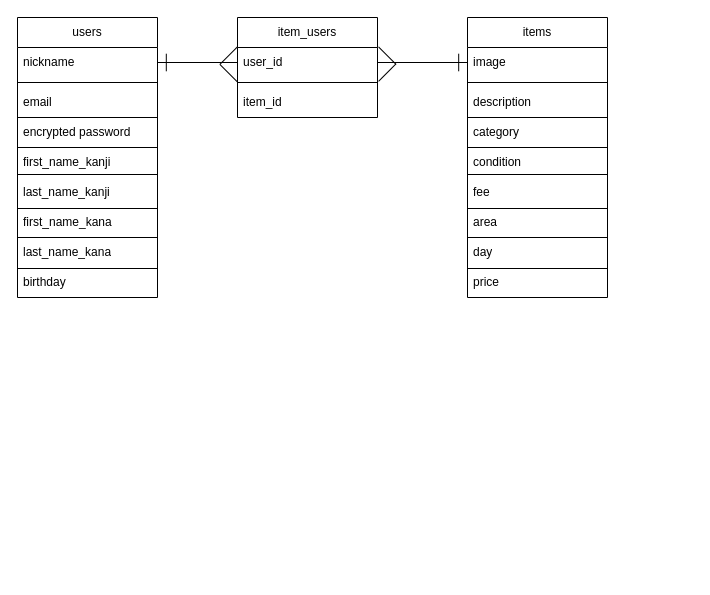
Above: test.dio in aaha2134/furima-39061 (draw.io), before the change. Source tidied: cells renumbered, new cells numbered last; positions are measured from the earlier drawing's top-left corner, leaving out a move shared by most shapes. Both pictures are drawn from the tidied source at 100%, with x=0, y=0 at pixel (17, 17).
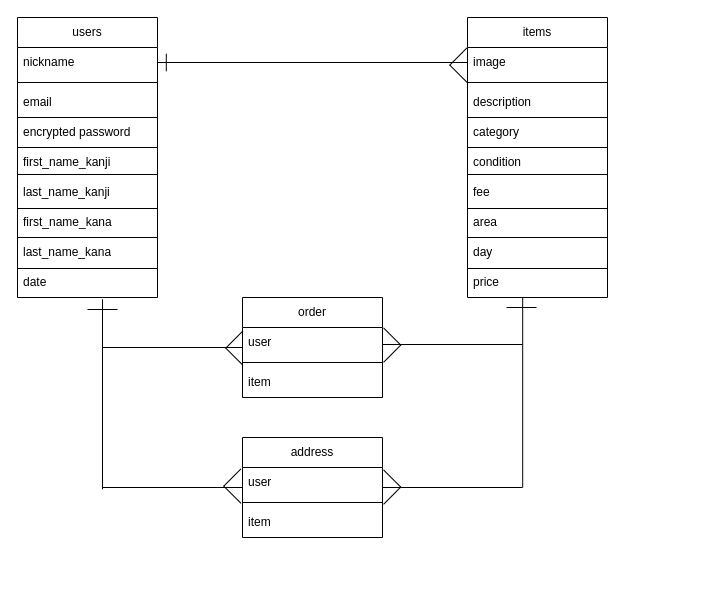
The same page after the edit.

Commit message (it also covers changes not shown here):
read me作成、ER図作成（修正var1）

The change refers to these unchanged cells:
```xml
<mxCell id="20" value="users" style="swimlane;fontStyle=0;horizontal=1;startSize=30;whiteSpace=wrap;html=1;" parent="19" vertex="1">
  <mxGeometry width="140" height="280" as="geometry" />
</mxCell>
```

Diff of the diagram source:
```diff
@@
+    <mxCell id="40" style="line;strokeWidth=1;html=1;perimeter=backbonePerimeter;" parent="1" vertex="1">
+      <mxGeometry x="140" y="40" width="310" height="10" as="geometry" />
+    </mxCell>
+    <mxCell id="46" style="group;rotation=0;" parent="1" vertex="1">
+      <mxGeometry x="427.4" y="25.5" width="25.5" height="42.8" as="geometry" />
+    </mxCell>
+    <mxCell id="47" style="line;strokeWidth=1;html=1;perimeter=backbonePerimeter;rotation=-45;" parent="46" vertex="1">
+      <mxGeometry x="1" y="8" width="24.7" height="11.2" as="geometry" />
+    </mxCell>
+    <mxCell id="48" style="line;strokeWidth=1;html=1;perimeter=backbonePerimeter;rotation=45;" parent="46" vertex="1">
+      <mxGeometry x="1" y="25" width="24.8" height="11.2" as="geometry" />
+    </mxCell>
+    <mxCell id="49" style="group;" parent="1" vertex="1">
+      <mxGeometry width="149.9" height="280" as="geometry" />
+    </mxCell>
-    <mxCell id="19" style="group;" parent="1" vertex="1">
+    <mxCell id="19" style="group;" parent="49" vertex="1">
       <mxGeometry width="140" height="280" as="geometry" />
     </mxCell>
@@
-    <mxCell id="29" value="birthday" style="text;strokeColor=none;fillColor=none;align=left;verticalAlign=middle;spacingLeft=4;spacingRight=4;overflow=hidden;whiteSpace=wrap;html=1;" parent="20" vertex="1">
+    <mxCell id="29" value="date" style="text;strokeColor=none;fillColor=none;align=left;verticalAlign=middle;spacingLeft=4;spacingRight=4;overflow=hidden;whiteSpace=wrap;html=1;" parent="20" vertex="1">
       <mxGeometry y="250" width="140" height="30" as="geometry" />
     </mxCell>
@@
-    <mxCell id="36" value="item_users" style="swimlane;fontStyle=0;horizontal=1;startSize=30;whiteSpace=wrap;html=1;strokeWidth=1;" parent="1" vertex="1">
-      <mxGeometry x="220" width="140" height="100" as="geometry" />
-    </mxCell>
-    <mxCell id="37" value="user_id" style="text;strokeColor=none;fillColor=none;align=left;verticalAlign=middle;spacingLeft=4;spacingRight=4;overflow=hidden;whiteSpace=wrap;html=1;strokeWidth=1;" parent="36" vertex="1">
-      <mxGeometry y="30" width="140" height="30" as="geometry" />
-    </mxCell>
-    <mxCell id="38" style="line;strokeWidth=1;html=1;perimeter=backbonePerimeter;" parent="36" vertex="1">
-      <mxGeometry y="60" width="140" height="10" as="geometry" />
-    </mxCell>
-    <mxCell id="39" value="item_id" style="text;strokeColor=none;fillColor=none;align=left;verticalAlign=middle;spacingLeft=4;spacingRight=4;overflow=hidden;whiteSpace=wrap;html=1;strokeWidth=1;" parent="36" vertex="1">
-      <mxGeometry y="70" width="140" height="30" as="geometry" />
-    </mxCell>
-    <mxCell id="40" style="line;strokeWidth=1;html=1;perimeter=backbonePerimeter;" parent="1" vertex="1">
-      <mxGeometry x="140" y="40" width="80" height="10" as="geometry" />
-    </mxCell>
-    <mxCell id="41" style="line;strokeWidth=1;html=1;perimeter=backbonePerimeter;rotation=-45;" parent="1" vertex="1">
-      <mxGeometry x="198.8" y="32.6" width="24.7" height="11.2" as="geometry" />
-    </mxCell>
-    <mxCell id="42" style="line;strokeWidth=1;html=1;perimeter=backbonePerimeter;rotation=45;" parent="1" vertex="1">
-      <mxGeometry x="198.7" y="50" width="24.8" height="11.2" as="geometry" />
-    </mxCell>
-    <mxCell id="43" style="line;strokeWidth=1;html=1;perimeter=backbonePerimeter;rotation=90;" parent="1" vertex="1">
+    <mxCell id="43" style="line;strokeWidth=1;html=1;perimeter=backbonePerimeter;rotation=90;" parent="49" vertex="1">
       <mxGeometry x="140" y="43.9" width="17.6" height="2.2" as="geometry" />
     </mxCell>
-    <mxCell id="44" style="line;strokeWidth=1;html=1;perimeter=backbonePerimeter;" parent="1" vertex="1">
-      <mxGeometry x="360" y="40" width="90" height="10" as="geometry" />
-    </mxCell>
-    <mxCell id="45" style="line;strokeWidth=1;html=1;perimeter=backbonePerimeter;rotation=90;" parent="1" vertex="1">
-      <mxGeometry x="432.4" y="43.9" width="17.6" height="2.2" as="geometry" />
-    </mxCell>
-    <mxCell id="46" style="group;rotation=-180;" parent="1" vertex="1">
-      <mxGeometry x="357.4" y="25.5" width="25.5" height="42.8" as="geometry" />
-    </mxCell>
-    <mxCell id="47" style="line;strokeWidth=1;html=1;perimeter=backbonePerimeter;rotation=-225;" parent="46" vertex="1">
-      <mxGeometry y="24" width="24.7" height="11.2" as="geometry" />
-    </mxCell>
-    <mxCell id="48" style="line;strokeWidth=1;html=1;perimeter=backbonePerimeter;rotation=-135;" parent="46" vertex="1">
-      <mxGeometry y="7" width="24.8" height="11.2" as="geometry" />
-    </mxCell>
+    <mxCell id="50" style="group;" parent="1" vertex="1">
+      <mxGeometry x="225" y="280" width="450" height="280" as="geometry" />
+    </mxCell>
+    <mxCell id="51" value="order" style="swimlane;fontStyle=0;horizontal=1;startSize=30;whiteSpace=wrap;html=1;" parent="50" vertex="1">
+      <mxGeometry width="140" height="100" as="geometry" />
+    </mxCell>
+    <mxCell id="52" value="user" style="text;strokeColor=none;fillColor=none;align=left;verticalAlign=middle;spacingLeft=4;spacingRight=4;overflow=hidden;whiteSpace=wrap;html=1;" parent="51" vertex="1">
+      <mxGeometry y="30" width="140" height="30" as="geometry" />
+    </mxCell>
+    <mxCell id="53" style="line;strokeWidth=1;html=1;perimeter=backbonePerimeter;" parent="51" vertex="1">
+      <mxGeometry y="60" width="140" height="10" as="geometry" />
+    </mxCell>
+    <mxCell id="54" value="item" style="text;strokeColor=none;fillColor=none;align=left;verticalAlign=middle;spacingLeft=4;spacingRight=4;overflow=hidden;whiteSpace=wrap;html=1;" parent="51" vertex="1">
+      <mxGeometry y="70" width="140" height="30" as="geometry" />
+    </mxCell>
+    <mxCell id="55" style="line;strokeWidth=1;html=1;perimeter=backbonePerimeter;" parent="50" vertex="1">
+      <mxGeometry y="95" width="140" height="10" as="geometry" />
+    </mxCell>
+    <mxCell id="56" value="address" style="swimlane;fontStyle=0;horizontal=1;startSize=30;whiteSpace=wrap;html=1;" parent="50" vertex="1">
+      <mxGeometry y="140" width="140" height="100" as="geometry" />
+    </mxCell>
+    <mxCell id="57" value="user" style="text;strokeColor=none;fillColor=none;align=left;verticalAlign=middle;spacingLeft=4;spacingRight=4;overflow=hidden;whiteSpace=wrap;html=1;" parent="56" vertex="1">
+      <mxGeometry y="30" width="140" height="30" as="geometry" />
+    </mxCell>
+    <mxCell id="58" style="line;strokeWidth=1;html=1;perimeter=backbonePerimeter;" parent="56" vertex="1">
+      <mxGeometry y="60" width="140" height="10" as="geometry" />
+    </mxCell>
+    <mxCell id="59" value="item" style="text;strokeColor=none;fillColor=none;align=left;verticalAlign=middle;spacingLeft=4;spacingRight=4;overflow=hidden;whiteSpace=wrap;html=1;" parent="56" vertex="1">
+      <mxGeometry y="70" width="140" height="30" as="geometry" />
+    </mxCell>
+    <mxCell id="60" style="line;strokeWidth=1;html=1;perimeter=backbonePerimeter;" parent="50" vertex="1">
+      <mxGeometry x="140" y="185" width="140" height="10" as="geometry" />
+    </mxCell>
+    <mxCell id="61" style="line;strokeWidth=1;html=1;perimeter=backbonePerimeter;" parent="50" vertex="1">
+      <mxGeometry x="140" y="42" width="140" height="10" as="geometry" />
+    </mxCell>
+    <mxCell id="62" style="line;strokeWidth=1;html=1;perimeter=backbonePerimeter;rotation=90;" parent="50" vertex="1">
+      <mxGeometry x="185.2" y="88.2" width="190" height="13.6" as="geometry" />
+    </mxCell>
+    <mxCell id="63" style="line;strokeWidth=1;html=1;perimeter=backbonePerimeter;" parent="1" vertex="1">
+      <mxGeometry x="85" y="465" width="140" height="10" as="geometry" />
+    </mxCell>
+    <mxCell id="64" style="line;strokeWidth=1;html=1;perimeter=backbonePerimeter;" parent="1" vertex="1">
+      <mxGeometry x="85" y="325" width="140" height="10" as="geometry" />
+    </mxCell>
+    <mxCell id="65" style="line;strokeWidth=1;html=1;perimeter=backbonePerimeter;rotation=90;" parent="1" vertex="1">
+      <mxGeometry x="-10" y="370" width="190" height="13.6" as="geometry" />
+    </mxCell>
+    <mxCell id="66" style="group;rotation=0;" parent="1" vertex="1">
+      <mxGeometry x="203.4" y="308.5" width="24.5" height="45.8" as="geometry" />
+    </mxCell>
+    <mxCell id="67" style="line;strokeWidth=1;html=1;perimeter=backbonePerimeter;rotation=-45;" parent="66" vertex="1">
+      <mxGeometry x="1" y="8" width="24.7" height="11.2" as="geometry" />
+    </mxCell>
+    <mxCell id="68" style="line;strokeWidth=1;html=1;perimeter=backbonePerimeter;rotation=45;" parent="66" vertex="1">
+      <mxGeometry x="1" y="25" width="24.8" height="11.2" as="geometry" />
+    </mxCell>
+    <mxCell id="69" style="group;rotation=0;" parent="1" vertex="1">
+      <mxGeometry x="201.4" y="446.5" width="24.5" height="83.8" as="geometry" />
+    </mxCell>
+    <mxCell id="70" style="line;strokeWidth=1;html=1;perimeter=backbonePerimeter;rotation=-45;" parent="69" vertex="1">
+      <mxGeometry x="1" y="8" width="24.7" height="11.2" as="geometry" />
+    </mxCell>
+    <mxCell id="71" style="line;strokeWidth=1;html=1;perimeter=backbonePerimeter;rotation=45;" parent="69" vertex="1">
+      <mxGeometry x="1" y="25" width="24.8" height="11.2" as="geometry" />
+    </mxCell>
+    <mxCell id="72" style="group;rotation=-180;" parent="1" vertex="1">
+      <mxGeometry x="362.4" y="448.5" width="25.5" height="42.8" as="geometry" />
+    </mxCell>
+    <mxCell id="73" style="line;strokeWidth=1;html=1;perimeter=backbonePerimeter;rotation=-225;" parent="72" vertex="1">
+      <mxGeometry y="24" width="24.7" height="11.2" as="geometry" />
+    </mxCell>
+    <mxCell id="74" style="line;strokeWidth=1;html=1;perimeter=backbonePerimeter;rotation=-135;" parent="72" vertex="1">
+      <mxGeometry y="7" width="24.8" height="11.2" as="geometry" />
+    </mxCell>
+    <mxCell id="75" style="group;rotation=-180;" parent="1" vertex="1">
+      <mxGeometry x="362.4" y="306.5" width="25.5" height="42.8" as="geometry" />
+    </mxCell>
+    <mxCell id="76" style="line;strokeWidth=1;html=1;perimeter=backbonePerimeter;rotation=-225;" parent="75" vertex="1">
+      <mxGeometry y="24" width="24.7" height="11.2" as="geometry" />
+    </mxCell>
+    <mxCell id="77" style="line;strokeWidth=1;html=1;perimeter=backbonePerimeter;rotation=-135;" parent="75" vertex="1">
+      <mxGeometry y="7" width="24.8" height="11.2" as="geometry" />
+    </mxCell>
+    <mxCell id="78" style="endArrow=none;html=1;" parent="1" edge="1">
+      <mxGeometry relative="1" as="geometry">
+        <mxPoint x="70" y="292" as="sourcePoint" />
+        <mxPoint x="100" y="292" as="targetPoint" />
+      </mxGeometry>
+    </mxCell>
+    <mxCell id="79" style="endArrow=none;html=1;" parent="1" edge="1">
+      <mxGeometry relative="1" as="geometry">
+        <mxPoint x="489" y="290" as="sourcePoint" />
+        <mxPoint x="519" y="290" as="targetPoint" />
+      </mxGeometry>
+    </mxCell>
```
